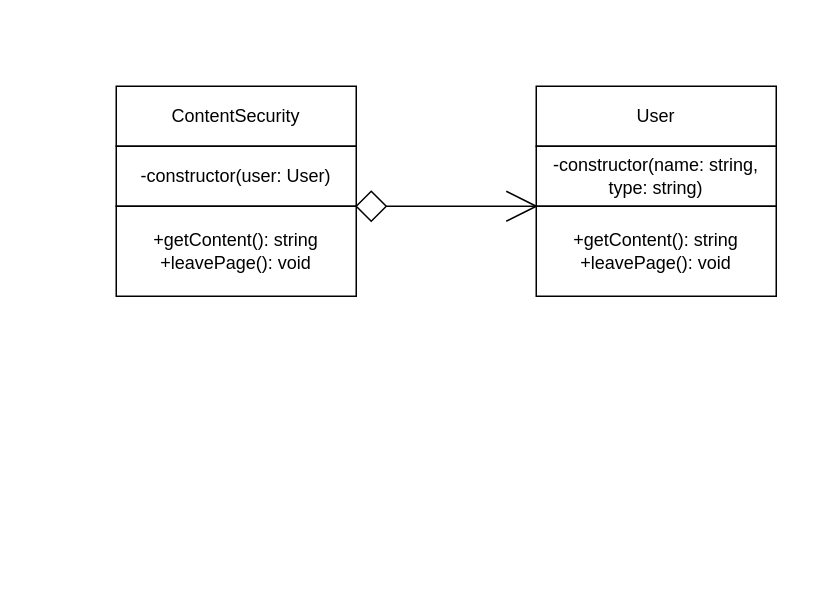
The draw.io diagram 2_structural/proxy/proxy.drawio in plnnsimon/patterns, before the edit. Source tidied: cells renumbered, new cells numbered last; positions are measured from the earlier drawing's top-left corner, leaving out a move shared by most shapes. Both pictures are drawn from the tidied source at 150%, with x=0, y=0 at pixel (116, 86).
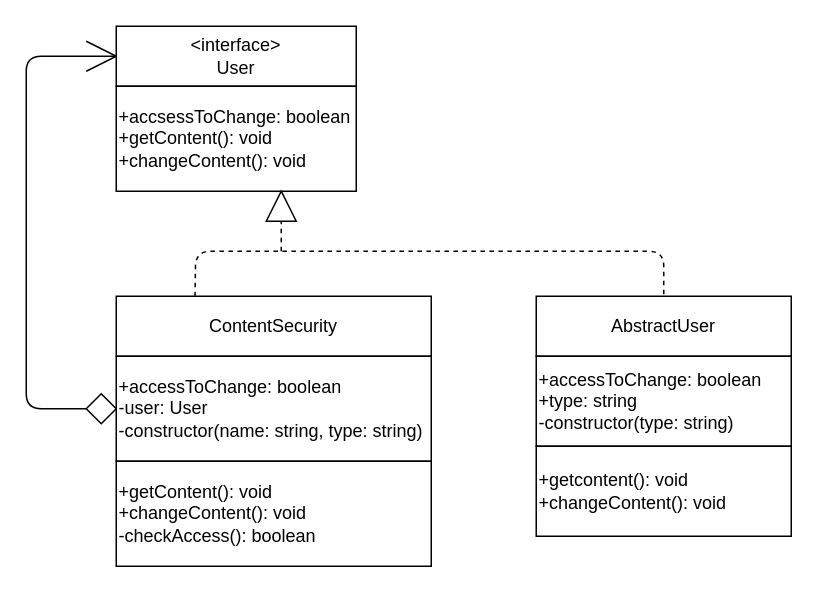
The same diagram, later.

What changed in the source:
```diff
@@
-    <mxCell id="2" value="ContentSecurity" style="rounded=0;whiteSpace=wrap;html=1;" parent="1" vertex="1">
-      <mxGeometry width="160" height="40" as="geometry" />
+    <mxCell id="2" value="&amp;lt;interface&amp;gt;&lt;br&gt;User" style="rounded=0;whiteSpace=wrap;html=1;" parent="1" vertex="1">
+      <mxGeometry y="-40" width="160" height="40" as="geometry" />
     </mxCell>
-    <mxCell id="3" value="User" style="rounded=0;whiteSpace=wrap;html=1;" parent="1" vertex="1">
-      <mxGeometry x="280" width="160" height="40" as="geometry" />
+    <mxCell id="3" value="ContentSecurity" style="rounded=0;whiteSpace=wrap;html=1;" parent="1" vertex="1">
+      <mxGeometry y="140" width="210" height="40" as="geometry" />
     </mxCell>
-    <mxCell id="4" value="-constructor(user: User)" style="rounded=0;whiteSpace=wrap;html=1;" parent="1" vertex="1">
-      <mxGeometry y="40" width="160" height="40" as="geometry" />
-    </mxCell>
-    <mxCell id="5" value="-constructor(name: string, type: string)" style="rounded=0;whiteSpace=wrap;html=1;" parent="1" vertex="1">
-      <mxGeometry x="280" y="40" width="160" height="40" as="geometry" />
+    <mxCell id="5" value="+accessToChange: boolean&lt;br&gt;-user: User&lt;br&gt;-constructor(name: string, type: string)" style="rounded=0;whiteSpace=wrap;html=1;align=left;" parent="1" vertex="1">
+      <mxGeometry y="180" width="210" height="70" as="geometry" />
     </mxCell>
-    <mxCell id="6" value="+getContent(): string&lt;br&gt;+leavePage(): void" style="rounded=0;whiteSpace=wrap;html=1;" parent="1" vertex="1">
-      <mxGeometry y="80" width="160" height="60" as="geometry" />
+    <mxCell id="6" value="+accsessToChange: boolean&lt;br&gt;+getContent(): void&lt;br&gt;+changeContent(): void" style="rounded=0;whiteSpace=wrap;html=1;align=left;" parent="1" vertex="1">
+      <mxGeometry width="160" height="70" as="geometry" />
     </mxCell>
-    <mxCell id="7" style="rhombus;whiteSpace=wrap;html=1;" parent="1" vertex="1">
-      <mxGeometry x="160" y="70" width="20" height="20" as="geometry" />
-    </mxCell>
-    <mxCell id="8" value="+getContent(): string&lt;br&gt;+leavePage(): void" style="rounded=0;whiteSpace=wrap;html=1;" parent="1" vertex="1">
-      <mxGeometry x="280" y="80" width="160" height="60" as="geometry" />
+    <mxCell id="8" value="+getContent(): void&lt;br&gt;+changeContent(): void&lt;br&gt;-checkAccess(): boolean" style="rounded=0;whiteSpace=wrap;html=1;align=left;" parent="1" vertex="1">
+      <mxGeometry y="250" width="210" height="70" as="geometry" />
     </mxCell>
-    <mxCell id="9" style="endArrow=none;html=1;entryX=0;entryY=0;entryDx=0;entryDy=0;" parent="1" edge="1" target="8">
-      <mxGeometry relative="1" as="geometry">
-        <mxPoint x="180" y="80" as="sourcePoint" />
-      </mxGeometry>
-    </mxCell>
-    <mxCell id="10" style="endArrow=none;html=1;" parent="1" edge="1">
-      <mxGeometry relative="1" as="geometry">
-        <mxPoint x="260" y="90" as="sourcePoint" />
-        <mxPoint x="280" y="80" as="targetPoint" />
-      </mxGeometry>
-    </mxCell>
-    <mxCell id="11" style="endArrow=none;html=1;entryX=0;entryY=0;entryDx=0;entryDy=0;" parent="1" edge="1" target="8">
-      <mxGeometry relative="1" as="geometry">
-        <mxPoint x="260" y="70" as="sourcePoint" />
-      </mxGeometry>
-    </mxCell>
+    <mxCell id="12" value="AbstractUser" style="rounded=0;whiteSpace=wrap;html=1;" parent="1" vertex="1">
+      <mxGeometry x="280" y="140" width="170" height="40" as="geometry" />
+    </mxCell>
+    <mxCell id="13" value="+accessToChange: boolean&lt;br&gt;+type: string&lt;br&gt;-constructor(type: string)" style="rounded=0;whiteSpace=wrap;html=1;align=left;" parent="1" vertex="1">
+      <mxGeometry x="280" y="180" width="170" height="60" as="geometry" />
+    </mxCell>
+    <mxCell id="14" value="+getcontent(): void&lt;br&gt;+changeContent(): void" style="rounded=0;whiteSpace=wrap;html=1;align=left;" parent="1" vertex="1">
+      <mxGeometry x="280" y="240" width="170" height="60" as="geometry" />
+    </mxCell>
+    <mxCell id="15" style="rhombus;whiteSpace=wrap;html=1;" parent="1" vertex="1">
+      <mxGeometry x="-20" y="205" width="20" height="20" as="geometry" />
+    </mxCell>
+    <mxCell id="16" style="endArrow=none;html=1;entryX=0;entryY=0.5;entryDx=0;entryDy=0;exitX=0;exitY=0.5;exitDx=0;exitDy=0;" parent="1" edge="1" source="2" target="15">
+      <mxGeometry relative="1" as="geometry">
+        <Array as="points">
+          <mxPoint x="-60" y="-20" />
+          <mxPoint x="-60" y="215" />
+        </Array>
+      </mxGeometry>
+    </mxCell>
+    <mxCell id="17" style="endArrow=none;html=1;entryX=0;entryY=0.5;entryDx=0;entryDy=0;" parent="1" edge="1" target="2">
+      <mxGeometry relative="1" as="geometry">
+        <mxPoint x="-20" y="-30" as="sourcePoint" />
+      </mxGeometry>
+    </mxCell>
+    <mxCell id="18" style="endArrow=none;html=1;entryX=0;entryY=0.5;entryDx=0;entryDy=0;" parent="1" edge="1" target="2">
+      <mxGeometry relative="1" as="geometry">
+        <mxPoint x="-20" y="-10" as="sourcePoint" />
+      </mxGeometry>
+    </mxCell>
+    <mxCell id="19" style="endArrow=none;dashed=1;html=1;entryX=0.5;entryY=0;entryDx=0;entryDy=0;exitX=0.25;exitY=0;exitDx=0;exitDy=0;" parent="1" edge="1" source="3" target="12">
+      <mxGeometry relative="1" as="geometry">
+        <Array as="points">
+          <mxPoint x="53" y="110" />
+          <mxPoint x="365" y="110" />
+        </Array>
+      </mxGeometry>
+    </mxCell>
+    <mxCell id="20" style="endArrow=none;dashed=1;html=1;" parent="1" edge="1">
+      <mxGeometry relative="1" as="geometry">
+        <mxPoint x="110" y="110" as="sourcePoint" />
+        <mxPoint x="110" y="90" as="targetPoint" />
+      </mxGeometry>
+    </mxCell>
+    <mxCell id="21" style="triangle;whiteSpace=wrap;html=1;rotation=-90;" parent="1" vertex="1">
+      <mxGeometry x="100" y="70" width="20" height="20" as="geometry" />
+    </mxCell>
```
